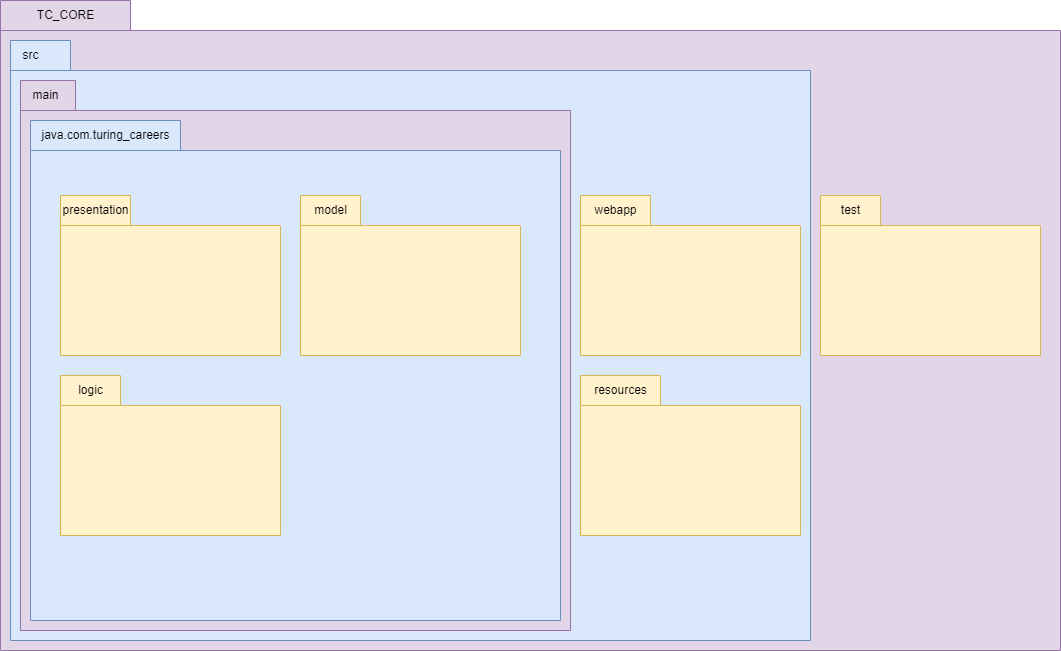
Before: Documentazione/3. Object Design Document/TC_CORE_packages.png, a diagram exported from draw.io (JacopoPassariello/TuringCareers). Source tidied: cells renumbered, new cells last; positions are measured from the earlier drawing's top-left corner, leaving out a move shared by most shapes.
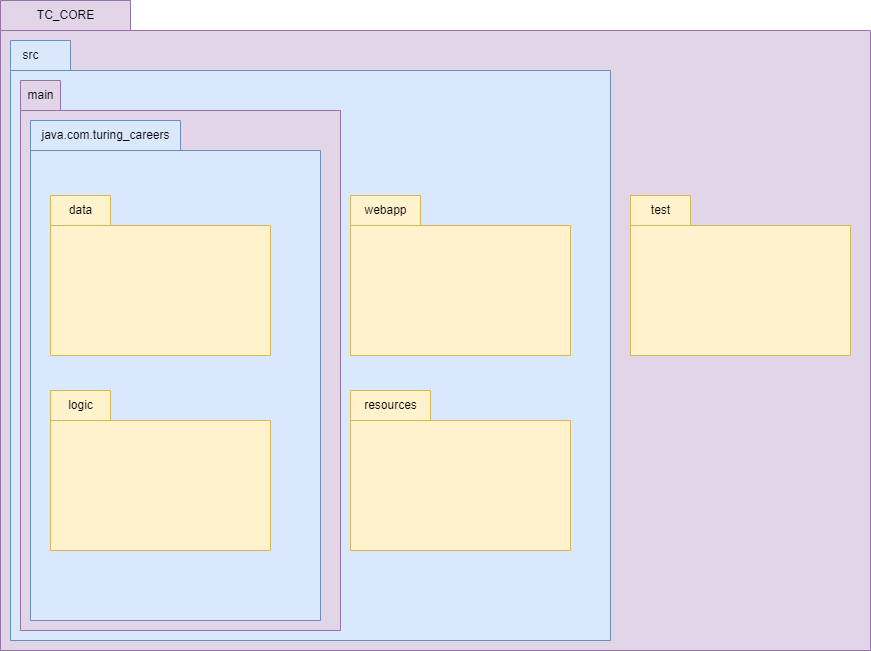
Later version of the same file.

What changed in the source:
```diff
@@ -3,10 +3,10 @@
     <mxCell id="0" />
     <mxCell id="1" parent="0" />
     <mxCell id="2" style="shape=folder;fontStyle=1;spacingTop=10;tabWidth=130;tabHeight=30;tabPosition=left;html=1;whiteSpace=wrap;fillColor=#e1d5e7;strokeColor=#9673a6;" parent="1" vertex="1">
-      <mxGeometry width="1060" height="650" as="geometry" />
+      <mxGeometry width="870" height="650" as="geometry" />
     </mxCell>
     <mxCell id="3" style="shape=folder;fontStyle=1;spacingTop=10;tabWidth=0;tabHeight=30;tabPosition=left;html=1;whiteSpace=wrap;fillColor=#dae8fc;strokeColor=#6c8ebf;" parent="1" vertex="1">
-      <mxGeometry x="10" y="40" width="800" height="600" as="geometry" />
+      <mxGeometry x="10" y="40" width="600" height="600" as="geometry" />
     </mxCell>
     <mxCell id="4" value="TC_CORE" style="text;html=1;align=center;verticalAlign=middle;" parent="1" vertex="1">
       <mxGeometry x="25" width="80" height="30" as="geometry" />
@@ -15,52 +15,46 @@
       <mxGeometry x="10" y="40" width="40" height="30" as="geometry" />
     </mxCell>
     <mxCell id="6" style="shape=folder;fontStyle=1;spacingTop=10;tabWidth=60;tabHeight=30;tabPosition=left;html=1;whiteSpace=wrap;fillColor=#fff2cc;strokeColor=#d6b656;" parent="1" vertex="1">
-      <mxGeometry x="820" y="195" width="220" height="160" as="geometry" />
+      <mxGeometry x="630" y="195" width="220" height="160" as="geometry" />
     </mxCell>
     <mxCell id="7" value="test" style="text;html=1;align=center;verticalAlign=middle;strokeColor=none;fillColor=none;" parent="1" vertex="1">
-      <mxGeometry x="830" y="195" width="40" height="30" as="geometry" />
+      <mxGeometry x="640" y="195" width="40" height="30" as="geometry" />
     </mxCell>
-    <mxCell id="8" style="shape=folder;fontStyle=1;spacingTop=10;tabWidth=20;tabHeight=30;tabPosition=left;html=1;whiteSpace=wrap;fillColor=#e1d5e7;strokeColor=#9673a6;" parent="1" vertex="1">
-      <mxGeometry x="20" y="80" width="550" height="550" as="geometry" />
+    <mxCell id="8" style="shape=folder;fontStyle=1;spacingTop=10;tabWidth=40;tabHeight=30;tabPosition=left;html=1;whiteSpace=wrap;fillColor=#e1d5e7;strokeColor=#9673a6;" parent="1" vertex="1">
+      <mxGeometry x="20" y="80" width="320" height="550" as="geometry" />
     </mxCell>
     <mxCell id="9" value="main" style="text;html=1;align=center;verticalAlign=middle;strokeColor=none;fillColor=none;" parent="1" vertex="1">
-      <mxGeometry x="20" y="80" width="50" height="30" as="geometry" />
+      <mxGeometry x="15" y="80" width="50" height="30" as="geometry" />
     </mxCell>
     <mxCell id="10" style="shape=folder;fontStyle=1;spacingTop=10;tabWidth=150;tabHeight=30;tabPosition=left;html=1;whiteSpace=wrap;fillColor=#dae8fc;strokeColor=#6c8ebf;" parent="1" vertex="1">
-      <mxGeometry x="30" y="120" width="530" height="500" as="geometry" />
+      <mxGeometry x="30" y="120" width="290" height="500" as="geometry" />
     </mxCell>
     <mxCell id="11" value="java.com.turing_careers" style="text;html=1;align=center;verticalAlign=middle;strokeColor=none;fillColor=none;" parent="1" vertex="1">
       <mxGeometry x="30" y="120" width="150" height="30" as="geometry" />
     </mxCell>
     <mxCell id="12" style="shape=folder;fontStyle=1;spacingTop=10;tabWidth=60;tabHeight=30;tabPosition=left;html=1;whiteSpace=wrap;fillColor=#fff2cc;strokeColor=#d6b656;" parent="1" vertex="1">
-      <mxGeometry x="300" y="195" width="220" height="160" as="geometry" />
+      <mxGeometry x="50" y="195" width="220" height="160" as="geometry" />
     </mxCell>
-    <mxCell id="13" style="shape=folder;fontStyle=1;spacingTop=10;tabWidth=70;tabHeight=30;tabPosition=left;html=1;whiteSpace=wrap;fillColor=#fff2cc;strokeColor=#d6b656;" parent="1" vertex="1">
-      <mxGeometry x="60" y="195" width="220" height="160" as="geometry" />
-    </mxCell>
     <mxCell id="14" style="shape=folder;fontStyle=1;spacingTop=10;tabWidth=60;tabHeight=30;tabPosition=left;html=1;whiteSpace=wrap;fillColor=#fff2cc;strokeColor=#d6b656;" parent="1" vertex="1">
-      <mxGeometry x="60" y="375" width="220" height="160" as="geometry" />
+      <mxGeometry x="50" y="390" width="220" height="160" as="geometry" />
     </mxCell>
-    <mxCell id="15" value="presentation" style="text;html=1;align=center;verticalAlign=middle;strokeColor=none;fillColor=none;" parent="1" vertex="1">
-      <mxGeometry x="50" y="195" width="90" height="30" as="geometry" />
-    </mxCell>
     <mxCell id="16" value="logic" style="text;html=1;align=center;verticalAlign=middle;strokeColor=none;fillColor=none;" parent="1" vertex="1">
-      <mxGeometry x="65" y="375" width="50" height="30" as="geometry" />
+      <mxGeometry x="55" y="390" width="50" height="30" as="geometry" />
     </mxCell>
-    <mxCell id="17" value="model" style="text;html=1;align=center;verticalAlign=middle;strokeColor=none;fillColor=none;" parent="1" vertex="1">
-      <mxGeometry x="300" y="195" width="60" height="30" as="geometry" />
+    <mxCell id="17" value="data" style="text;html=1;align=center;verticalAlign=middle;strokeColor=none;fillColor=none;" parent="1" vertex="1">
+      <mxGeometry x="55" y="195" width="50" height="30" as="geometry" />
     </mxCell>
     <mxCell id="18" style="shape=folder;fontStyle=1;spacingTop=10;tabWidth=70;tabHeight=30;tabPosition=left;html=1;whiteSpace=wrap;fillColor=#fff2cc;strokeColor=#d6b656;" parent="1" vertex="1">
-      <mxGeometry x="580" y="195" width="220" height="160" as="geometry" />
+      <mxGeometry x="350" y="195" width="220" height="160" as="geometry" />
     </mxCell>
     <mxCell id="19" value="webapp" style="text;html=1;align=center;verticalAlign=middle;strokeColor=none;fillColor=none;" parent="1" vertex="1">
-      <mxGeometry x="580" y="195" width="70" height="30" as="geometry" />
+      <mxGeometry x="350" y="195" width="70" height="30" as="geometry" />
     </mxCell>
     <mxCell id="20" style="shape=folder;fontStyle=1;spacingTop=10;tabWidth=80;tabHeight=30;tabPosition=left;html=1;whiteSpace=wrap;fillColor=#fff2cc;strokeColor=#d6b656;" parent="1" vertex="1">
-      <mxGeometry x="580" y="375" width="220" height="160" as="geometry" />
+      <mxGeometry x="350" y="390" width="220" height="160" as="geometry" />
     </mxCell>
     <mxCell id="21" value="resources" style="text;html=1;align=center;verticalAlign=middle;strokeColor=none;fillColor=none;" parent="1" vertex="1">
-      <mxGeometry x="580" y="375" width="80" height="30" as="geometry" />
+      <mxGeometry x="350" y="390" width="80" height="30" as="geometry" />
     </mxCell>
   </root>
 </mxGraphModel>
```
